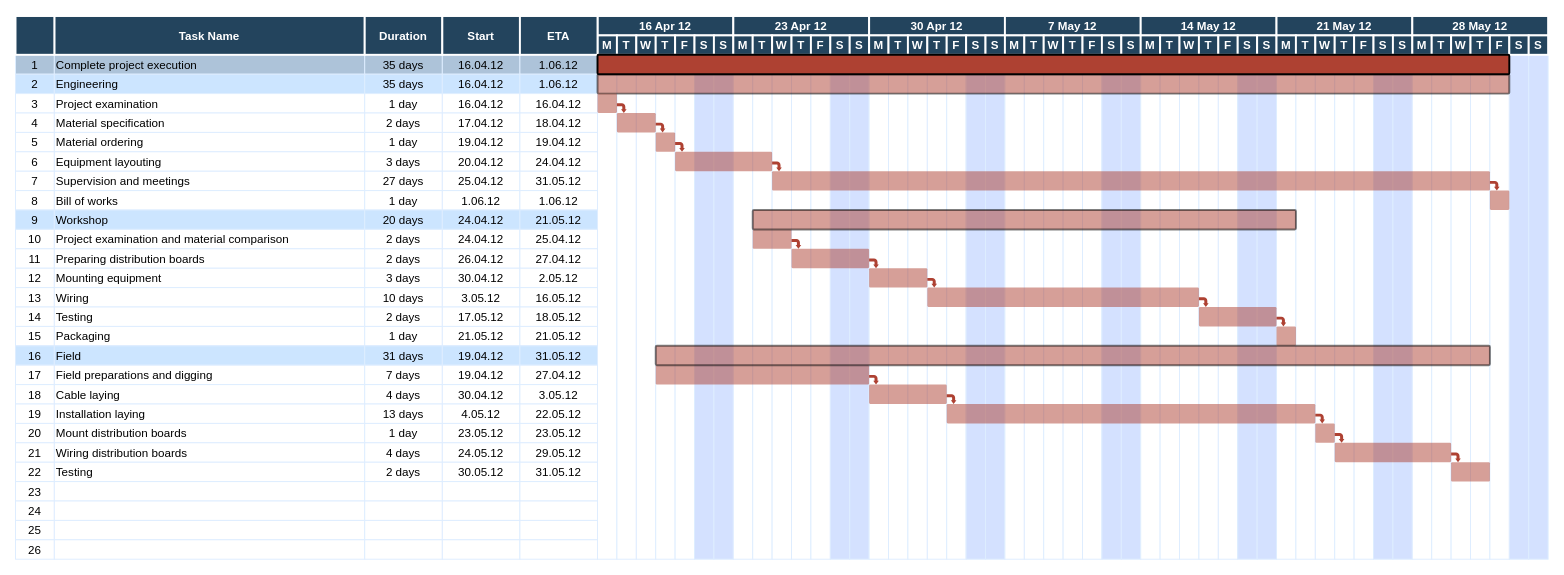
The draw.io diagram test.drawio in J0o1h/draw.io, before the edit. Source tidied: cells renumbered, new cells numbered last; positions are measured from the earlier drawing's top-left corner, leaving out a move shared by most shapes. Both pictures are drawn from the tidied source at 97%, with x=0, y=0 at pixel (15, 16).
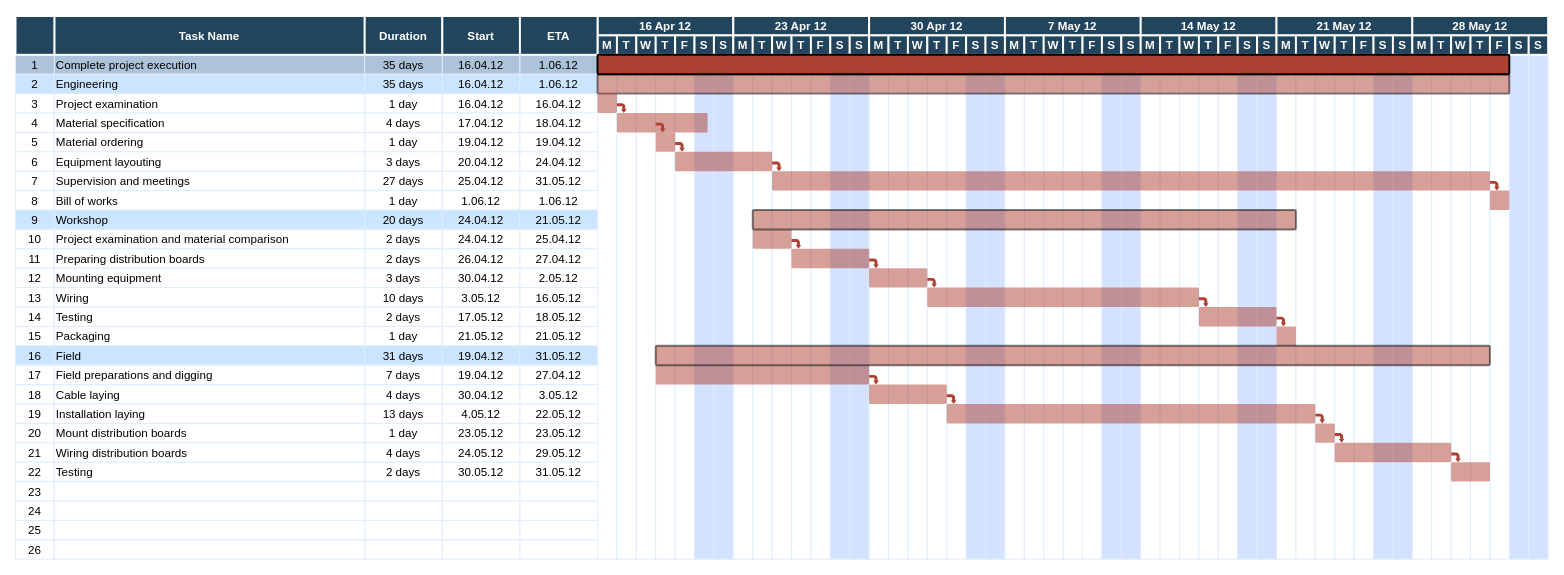
After the change.

The edit, as a diff of the source:
```diff
@@
-    <mxCell id="20" value="2 days" style="strokeColor=#DEEDFF;" parent="1" vertex="1">
+    <mxCell id="20" value="4 days" style="strokeColor=#DEEDFF;" parent="1" vertex="1">
       <mxGeometry x="360.5" y="100" width="80" height="20" as="geometry" />
     </mxCell>
@@
     <mxCell id="245" style="shape=mxgraph.flowchart.process;fillColor=#AE4132;strokeColor=none;strokeWidth=2;opacity=50;" parent="1" vertex="1">
-      <mxGeometry x="620.5" y="100" width="40" height="20" as="geometry" />
+      <mxGeometry x="620.5" y="100" width="93.5" height="20" as="geometry" />
     </mxCell>
```
